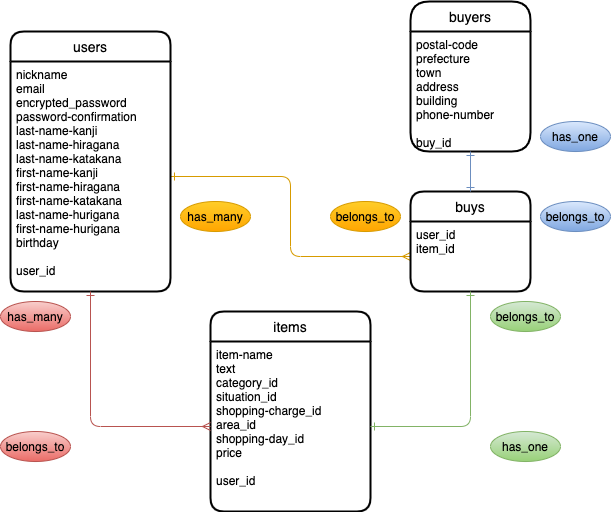
Above: furima..drawio.png in hika0403/furima-33385 (draw.io), before the change. Source tidied: cells renumbered, new cells last; positions are measured from the earlier drawing's top-left corner, leaving out a move shared by most shapes.
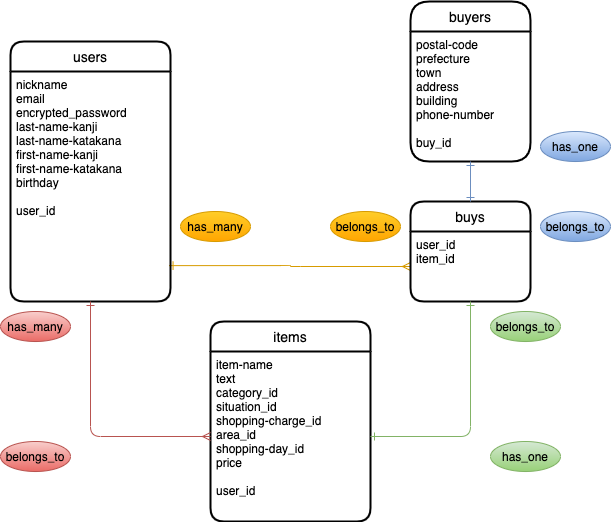
After the commit.

Commit message:
カラム名の修正、削除

The edit, as a diff of the source:
```diff
@@ -2,13 +2,13 @@
   <root>
     <mxCell id="0" />
     <mxCell id="1" parent="0" />
-    <mxCell id="2" style="edgeStyle=orthogonalEdgeStyle;curved=0;rounded=1;sketch=0;jettySize=auto;html=1;entryX=0;entryY=0.5;entryDx=0;entryDy=0;startArrow=ERone;startFill=0;endArrow=ERmany;endFill=0;exitX=1;exitY=0.5;exitDx=0;exitDy=0;gradientColor=#ffa500;fillColor=#ffcd28;strokeColor=#d79b00;" parent="1" edge="1" source="4" target="6">
+    <mxCell id="2" style="edgeStyle=orthogonalEdgeStyle;curved=0;rounded=1;sketch=0;jettySize=auto;html=1;entryX=0;entryY=0.5;entryDx=0;entryDy=0;startArrow=ERone;startFill=0;endArrow=ERmany;endFill=0;exitX=0.991;exitY=0.844;exitDx=0;exitDy=0;gradientColor=#ffa500;fillColor=#ffcd28;strokeColor=#d79b00;exitPerimeter=0;" parent="1" edge="1" source="4" target="6">
       <mxGeometry relative="1" as="geometry" />
     </mxCell>
     <mxCell id="3" value="users" style="swimlane;horizontal=1;startSize=30;rounded=1;fontSize=14;fontStyle=0;strokeWidth=2;shadow=0;dashed=0;align=center;sketch=0;" parent="1" vertex="1">
       <mxGeometry x="10" y="30" width="160" height="260" as="geometry" />
     </mxCell>
-    <mxCell id="4" value="nickname&#10;email&#10;encrypted_password&#10;password-confirmation&#10;last-name-kanji&#10;last-name-hiragana&#10;last-name-katakana&#10;first-name-kanji&#10;first-name-hiragana&#10;first-name-katakana&#10;last-name-hurigana&#10;first-name-hurigana&#10;birthday&#10;&#10;user_id" style="align=left;strokeColor=none;fillColor=none;spacingLeft=4;fontSize=12;verticalAlign=top;" parent="3" vertex="1">
+    <mxCell id="4" value="nickname&#10;email&#10;encrypted_password&#10;last-name-kanji&#10;last-name-katakana&#10;first-name-kanji&#10;first-name-katakana&#10;birthday&#10;&#10;user_id" style="align=left;strokeColor=none;fillColor=none;spacingLeft=4;fontSize=12;verticalAlign=top;" parent="3" vertex="1">
       <mxGeometry y="30" width="160" height="230" as="geometry" />
     </mxCell>
     <mxCell id="5" value="buys" style="swimlane;horizontal=1;startSize=30;rounded=1;fontSize=14;fontStyle=0;strokeWidth=2;shadow=0;dashed=0;align=center;sketch=0;" parent="1" vertex="1">
@@ -18,10 +18,10 @@
       <mxGeometry y="30" width="120" height="70" as="geometry" />
     </mxCell>
     <mxCell id="7" value="buyers" style="swimlane;horizontal=1;startSize=30;rounded=1;fontSize=14;fontStyle=0;strokeWidth=2;shadow=0;dashed=0;align=center;sketch=0;arcSize=21;" parent="1" vertex="1">
-      <mxGeometry x="410" width="120" height="150" as="geometry" />
+      <mxGeometry x="410" y="-10" width="120" height="160" as="geometry" />
     </mxCell>
     <mxCell id="8" value="postal-code&#10;prefecture&#10;town&#10;address&#10;building&#10;phone-number&#10;&#10;buy_id" style="align=left;strokeColor=none;fillColor=none;spacingLeft=4;fontSize=12;verticalAlign=top;" parent="7" vertex="1">
-      <mxGeometry y="30" width="120" height="120" as="geometry" />
+      <mxGeometry y="30" width="120" height="130" as="geometry" />
     </mxCell>
     <mxCell id="9" value="items" style="swimlane;horizontal=1;startSize=30;rounded=1;fontSize=14;fontStyle=0;strokeWidth=2;shadow=0;dashed=0;align=center;sketch=0;" parent="1" vertex="1">
       <mxGeometry x="210" y="310" width="160" height="200" as="geometry" />
```
